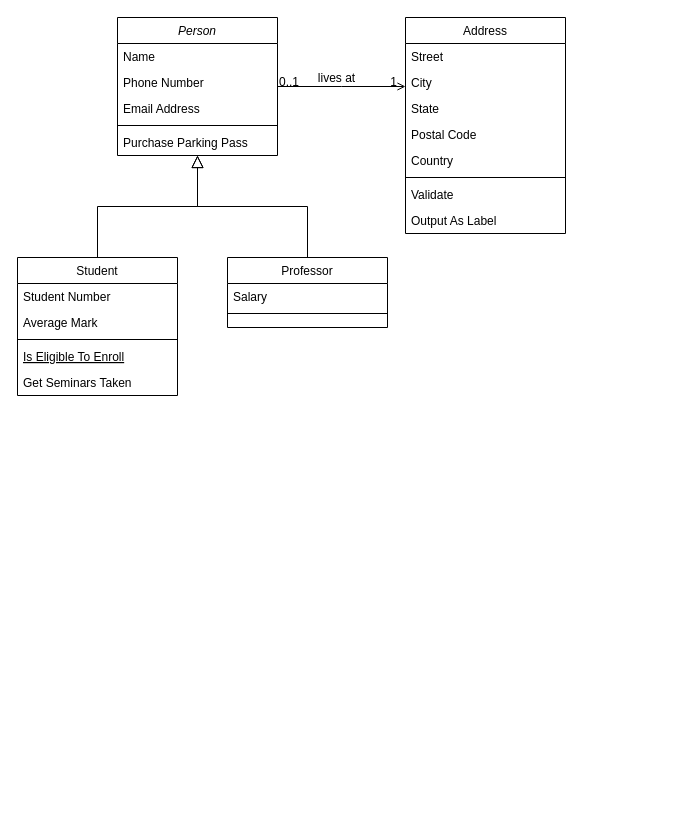
Earlier version of the draw.io diagram Untitled Diagram.drawio (tonywendy80/FirstProject). Source tidied: cells renumbered, new cells numbered last; positions are measured from the earlier drawing's top-left corner, leaving out a move shared by most shapes. Both pictures are drawn from the tidied source at 100%, with x=0, y=0 at pixel (17, 17).
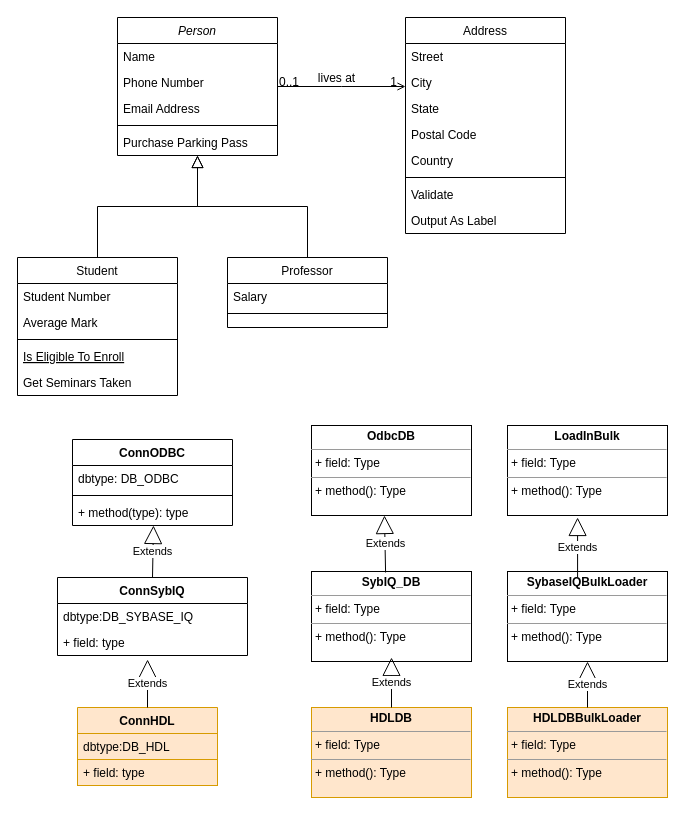
After the change.

What changed in the source:
```diff
@@
+    <mxCell id="32" value="ConnSybIQ" style="swimlane;fontStyle=1;horizontal=1;startSize=26;fillColor=none;" parent="1" vertex="1">
+      <mxGeometry x="40" y="560" width="190" height="78" as="geometry" />
+    </mxCell>
+    <mxCell id="33" value="dbtype:DB_SYBASE_IQ&#10;" style="text;strokeColor=none;fillColor=none;align=left;verticalAlign=top;spacingLeft=4;spacingRight=4;overflow=hidden;" parent="32" vertex="1">
+      <mxGeometry y="26" width="190" height="26" as="geometry" />
+    </mxCell>
+    <mxCell id="34" value="+ field: type" style="text;strokeColor=none;fillColor=none;align=left;verticalAlign=top;spacingLeft=4;spacingRight=4;overflow=hidden;points=[[0,0.5],[1,0.5]];portConstraint=eastwest;" parent="32" vertex="1">
+      <mxGeometry y="52" width="190" height="26" as="geometry" />
+    </mxCell>
+    <mxCell id="35" value="ConnHDL" style="swimlane;fontStyle=1;horizontal=1;startSize=26;fillColor=#ffe6cc;strokeColor=#d79b00;" parent="1" vertex="1">
+      <mxGeometry x="60" y="690" width="140" height="78" as="geometry" />
+    </mxCell>
+    <mxCell id="36" value="dbtype:DB_HDL" style="text;strokeColor=#d79b00;fillColor=#ffe6cc;align=left;verticalAlign=top;spacingLeft=4;spacingRight=4;overflow=hidden;" parent="35" vertex="1">
+      <mxGeometry y="26" width="140" height="26" as="geometry" />
+    </mxCell>
+    <mxCell id="37" value="+ field: type" style="text;strokeColor=#d79b00;fillColor=#ffe6cc;align=left;verticalAlign=top;spacingLeft=4;spacingRight=4;overflow=hidden;" parent="35" vertex="1">
+      <mxGeometry y="52" width="140" height="26" as="geometry" />
+    </mxCell>
+    <mxCell id="38" value="Extends" style="endArrow=block;endSize=16;endFill=0;html=1;rounded=0;exitX=0.5;exitY=0;exitDx=0;exitDy=0;entryX=0.474;entryY=1.154;entryDx=0;entryDy=0;entryPerimeter=0;" parent="1" edge="1" source="35" target="34">
+      <mxGeometry relative="1" as="geometry" />
+    </mxCell>
+    <mxCell id="39" value="ConnODBC" style="swimlane;fontStyle=1;align=center;verticalAlign=top;horizontal=1;startSize=26;" parent="1" vertex="1">
+      <mxGeometry x="55" y="422" width="160" height="86" as="geometry" />
+    </mxCell>
+    <mxCell id="40" value="dbtype: DB_ODBC" style="text;strokeColor=none;fillColor=none;align=left;verticalAlign=top;spacingLeft=4;spacingRight=4;overflow=hidden;" parent="39" vertex="1">
+      <mxGeometry y="26" width="160" height="26" as="geometry" />
+    </mxCell>
+    <mxCell id="41" style="line;strokeWidth=1;fillColor=none;align=left;verticalAlign=middle;spacingTop=-1;spacingLeft=3;spacingRight=3;labelPosition=right;" parent="39" vertex="1">
+      <mxGeometry y="52" width="160" height="8" as="geometry" />
+    </mxCell>
+    <mxCell id="42" value="+ method(type): type" style="text;strokeColor=none;fillColor=none;align=left;verticalAlign=top;spacingLeft=4;spacingRight=4;overflow=hidden;points=[[0,0.5],[1,0.5]];portConstraint=eastwest;" parent="39" vertex="1">
+      <mxGeometry y="60" width="160" height="26" as="geometry" />
+    </mxCell>
+    <mxCell id="43" value="Extends" style="endArrow=block;endSize=16;endFill=0;html=1;rounded=0;exitX=0.5;exitY=0;exitDx=0;exitDy=0;entryX=0.506;entryY=1;entryDx=0;entryDy=0;entryPerimeter=0;" parent="1" edge="1" source="32" target="42">
+      <mxGeometry relative="1" as="geometry" />
+    </mxCell>
+    <mxCell id="44" value="&lt;p style=&quot;margin:0px;margin-top:4px;text-align:center;&quot;&gt;&lt;b&gt;OdbcDB&lt;/b&gt;&lt;/p&gt;&lt;hr size=&quot;1&quot;&gt;&lt;p style=&quot;margin:0px;margin-left:4px;&quot;&gt;+ field: Type&lt;/p&gt;&lt;hr size=&quot;1&quot;&gt;&lt;p style=&quot;margin:0px;margin-left:4px;&quot;&gt;+ method(): Type&lt;/p&gt;" style="verticalAlign=top;align=left;overflow=fill;fontSize=12;fontFamily=Helvetica;html=1;" parent="1" vertex="1">
+      <mxGeometry x="294" y="408" width="160" height="90" as="geometry" />
+    </mxCell>
+    <mxCell id="45" value="&lt;p style=&quot;margin:0px;margin-top:4px;text-align:center;&quot;&gt;&lt;b&gt;SybIQ_DB&lt;/b&gt;&lt;br&gt;&lt;/p&gt;&lt;hr size=&quot;1&quot;&gt;&lt;p style=&quot;margin:0px;margin-left:4px;&quot;&gt;+ field: Type&lt;/p&gt;&lt;hr size=&quot;1&quot;&gt;&lt;p style=&quot;margin:0px;margin-left:4px;&quot;&gt;+ method(): Type&lt;/p&gt;" style="verticalAlign=top;align=left;overflow=fill;fontSize=12;fontFamily=Helvetica;html=1;" parent="1" vertex="1">
+      <mxGeometry x="294" y="554" width="160" height="90" as="geometry" />
+    </mxCell>
+    <mxCell id="46" value="&lt;p style=&quot;margin:0px;margin-top:4px;text-align:center;&quot;&gt;&lt;b&gt;HDLDB&lt;/b&gt;&lt;/p&gt;&lt;hr size=&quot;1&quot;&gt;&lt;p style=&quot;margin:0px;margin-left:4px;&quot;&gt;+ field: Type&lt;/p&gt;&lt;hr size=&quot;1&quot;&gt;&lt;p style=&quot;margin:0px;margin-left:4px;&quot;&gt;+ method(): Type&lt;/p&gt;" style="verticalAlign=top;align=left;overflow=fill;fontSize=12;fontFamily=Helvetica;html=1;fillColor=#ffe6cc;strokeColor=#d79b00;" parent="1" vertex="1">
+      <mxGeometry x="294" y="690" width="160" height="90" as="geometry" />
+    </mxCell>
+    <mxCell id="47" value="Extends" style="endArrow=block;endSize=16;endFill=0;html=1;rounded=0;fontColor=#000000;exitX=0.463;exitY=0.011;exitDx=0;exitDy=0;exitPerimeter=0;entryX=0.456;entryY=1;entryDx=0;entryDy=0;entryPerimeter=0;" parent="1" edge="1" source="45" target="44">
+      <mxGeometry relative="1" as="geometry" />
+    </mxCell>
+    <mxCell id="48" value="Extends" style="endArrow=block;endSize=16;endFill=0;html=1;rounded=0;fontColor=#000000;" parent="1" edge="1" source="46">
+      <mxGeometry relative="1" as="geometry">
+        <mxPoint x="374" y="640" as="targetPoint" />
+      </mxGeometry>
+    </mxCell>
+    <mxCell id="49" value="&lt;p style=&quot;margin:0px;margin-top:4px;text-align:center;&quot;&gt;&lt;b&gt;HDLDBBulkLoader&lt;/b&gt;&lt;/p&gt;&lt;hr size=&quot;1&quot;&gt;&lt;p style=&quot;margin:0px;margin-left:4px;&quot;&gt;+ field: Type&lt;/p&gt;&lt;hr size=&quot;1&quot;&gt;&lt;p style=&quot;margin:0px;margin-left:4px;&quot;&gt;+ method(): Type&lt;/p&gt;" style="verticalAlign=top;align=left;overflow=fill;fontSize=12;fontFamily=Helvetica;html=1;labelBackgroundColor=none;fillColor=#ffe6cc;strokeColor=#d79b00;" parent="1" vertex="1">
+      <mxGeometry x="490" y="690" width="160" height="90" as="geometry" />
+    </mxCell>
+    <mxCell id="50" value="&lt;p style=&quot;margin:0px;margin-top:4px;text-align:center;&quot;&gt;&lt;b&gt;SybaseIQBulkLoader&lt;/b&gt;&lt;/p&gt;&lt;hr size=&quot;1&quot;&gt;&lt;p style=&quot;margin:0px;margin-left:4px;&quot;&gt;+ field: Type&lt;/p&gt;&lt;hr size=&quot;1&quot;&gt;&lt;p style=&quot;margin:0px;margin-left:4px;&quot;&gt;+ method(): Type&lt;/p&gt;" style="verticalAlign=top;align=left;overflow=fill;fontSize=12;fontFamily=Helvetica;html=1;labelBackgroundColor=none;fontColor=#000000;" parent="1" vertex="1">
+      <mxGeometry x="490" y="554" width="160" height="90" as="geometry" />
+    </mxCell>
+    <mxCell id="51" value="&lt;p style=&quot;margin:0px;margin-top:4px;text-align:center;&quot;&gt;&lt;b&gt;LoadInBulk&lt;/b&gt;&lt;/p&gt;&lt;hr size=&quot;1&quot;&gt;&lt;p style=&quot;margin:0px;margin-left:4px;&quot;&gt;+ field: Type&lt;/p&gt;&lt;hr size=&quot;1&quot;&gt;&lt;p style=&quot;margin:0px;margin-left:4px;&quot;&gt;+ method(): Type&lt;/p&gt;" style="verticalAlign=top;align=left;overflow=fill;fontSize=12;fontFamily=Helvetica;html=1;labelBackgroundColor=none;fontColor=#000000;" parent="1" vertex="1">
+      <mxGeometry x="490" y="408" width="160" height="90" as="geometry" />
+    </mxCell>
+    <mxCell id="52" value="Extends" style="endArrow=block;endSize=16;endFill=0;html=1;rounded=0;fontColor=#000000;exitX=0.5;exitY=0;exitDx=0;exitDy=0;entryX=0.5;entryY=1;entryDx=0;entryDy=0;" parent="1" edge="1" source="49" target="50">
+      <mxGeometry relative="1" as="geometry" />
+    </mxCell>
+    <mxCell id="53" value="Extends" style="endArrow=block;endSize=16;endFill=0;html=1;rounded=0;fontColor=#000000;entryX=0.438;entryY=1.022;entryDx=0;entryDy=0;entryPerimeter=0;exitX=0.438;exitY=0.067;exitDx=0;exitDy=0;exitPerimeter=0;" parent="1" edge="1" source="50" target="51">
+      <mxGeometry relative="1" as="geometry" />
+    </mxCell>
```
